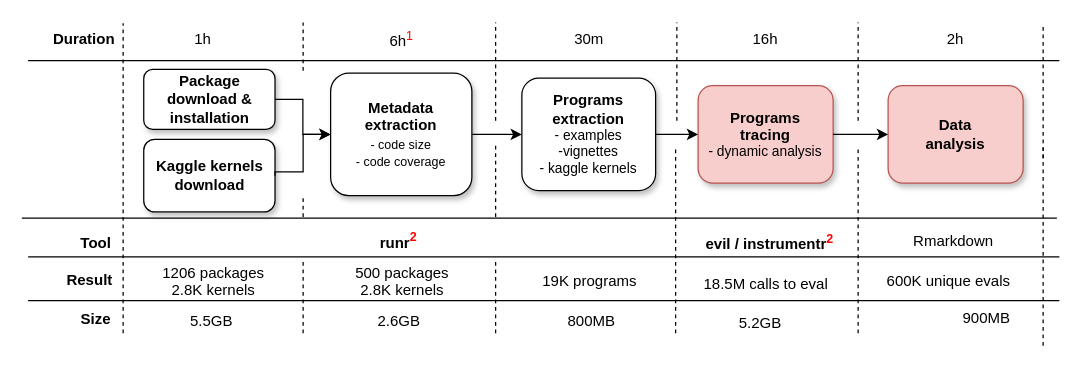
Earlier version of the draw.io diagram inst/paper/img/pipeline.drawio (aviralg/revalstudy). Source tidied: cells renumbered, new cells numbered last; positions are measured from the earlier drawing's top-left corner, leaving out a move shared by most shapes. Both pictures are drawn from the tidied source at 125%, with x=0, y=0 at pixel (21, 22).
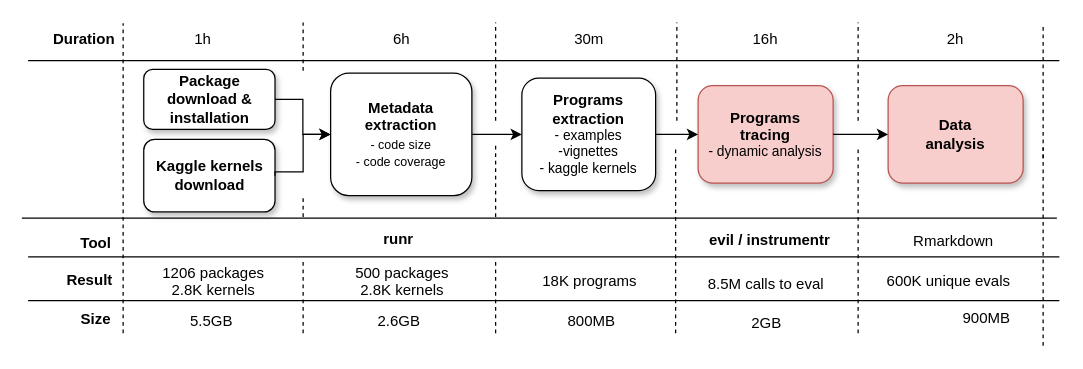
The same page after the edit.

The edit, as a diff of the source:
```diff
@@
-    <mxCell id="22" value="6h&lt;font color=&quot;#FF0000&quot;&gt;&lt;sup&gt;1&lt;/sup&gt;&lt;/font&gt;" style="text;html=1;strokeColor=none;fillColor=none;align=center;verticalAlign=middle;whiteSpace=wrap;rounded=0;" parent="1" vertex="1">
+    <mxCell id="22" value="6h" style="text;html=1;strokeColor=none;fillColor=none;align=center;verticalAlign=middle;whiteSpace=wrap;rounded=0;" parent="1" vertex="1">
       <mxGeometry x="283.5" y="3" width="40" height="20" as="geometry" />
     </mxCell>
@@
-    <mxCell id="30" value="18.5M calls to eval" style="text;html=1;align=center;" parent="1" vertex="1">
+    <mxCell id="30" value="8.5M calls to eval" style="text;html=1;align=center;" parent="1" vertex="1">
       <mxGeometry x="530" y="195" width="130" height="20" as="geometry" />
     </mxCell>
@@
-    <mxCell id="40" value="5.2GB" style="text;html=1;align=right;" parent="1" vertex="1">
+    <mxCell id="40" value="2GB" style="text;html=1;align=right;" parent="1" vertex="1">
       <mxGeometry x="566.5" y="226" width="42" height="30" as="geometry" />
     </mxCell>
@@
-    <mxCell id="44" value="19K programs" style="text;html=1;align=center;" parent="1" vertex="1">
+    <mxCell id="44" value="18K programs" style="text;html=1;align=center;" parent="1" vertex="1">
       <mxGeometry x="391" y="193" width="125" height="24" as="geometry" />
     </mxCell>
@@
-    <mxCell id="47" value="runr&lt;font color=&quot;#FF0000&quot;&gt;&lt;sup&gt;2&lt;/sup&gt;&lt;/font&gt;" style="text;html=1;align=center;fontStyle=1;" parent="1" vertex="1">
+    <mxCell id="47" value="runr" style="text;html=1;align=center;fontStyle=1;" parent="1" vertex="1">
       <mxGeometry x="278.4" y="159" width="45.1" height="20" as="geometry" />
     </mxCell>
-    <mxCell id="48" value="evil / instrumentr&lt;font color=&quot;#FF0000&quot;&gt;&lt;sup&gt;2&lt;/sup&gt;&lt;/font&gt;" style="text;html=1;align=center;fontStyle=1;" parent="1" vertex="1">
+    <mxCell id="48" value="evil / instrumentr" style="text;html=1;align=center;fontStyle=1;" parent="1" vertex="1">
       <mxGeometry x="541" y="160" width="113" height="20" as="geometry" />
     </mxCell>
```
